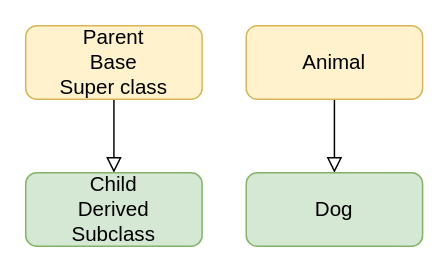
This is docs/classes/images/Inheritance.drawio from gmc-code/PC-Microbit-Extension-backup, a draw.io file, before an edit. Source tidied: cells renumbered, new cells numbered last; positions are measured from the earlier drawing's top-left corner, leaving out a move shared by most shapes. Both pictures are drawn from the tidied source at 147%, with x=0, y=0 at pixel (25, 25).
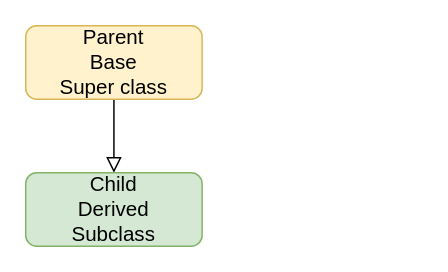
After the change.

What changed in the source:
```diff
@@
 <mxGraphModel>
   <root>
     <mxCell id="0" />
     <mxCell id="1" parent="0" />
     <mxCell id="2" style="rounded=0;html=1;jettySize=auto;fontSize=11;endArrow=block;endFill=0;endSize=8;strokeWidth=1;shadow=0;labelBackgroundColor=none;edgeStyle=orthogonalEdgeStyle;" parent="1" edge="1" source="3">
       <mxGeometry relative="1" as="geometry">
         <mxPoint x="60" y="100" as="targetPoint" />
       </mxGeometry>
     </mxCell>
     <mxCell id="3" value="Parent&lt;br style=&quot;font-size: 14px;&quot;&gt;Base&lt;br style=&quot;font-size: 14px;&quot;&gt;Super class" style="rounded=1;whiteSpace=wrap;html=1;fontSize=14;glass=0;strokeWidth=1;shadow=0;fillColor=#fff2cc;strokeColor=#d6b656;" parent="1" vertex="1">
       <mxGeometry width="120" height="50" as="geometry" />
     </mxCell>
     <mxCell id="4" value="Child&lt;br style=&quot;font-size: 14px;&quot;&gt;Derived&lt;br style=&quot;font-size: 14px;&quot;&gt;Subclass" style="rounded=1;whiteSpace=wrap;html=1;fontSize=14;glass=0;strokeWidth=1;shadow=0;fillColor=#d5e8d4;strokeColor=#82b366;" parent="1" vertex="1">
       <mxGeometry y="100" width="120" height="50" as="geometry" />
     </mxCell>
-    <mxCell id="5" style="rounded=0;html=1;jettySize=auto;fontSize=11;endArrow=block;endFill=0;endSize=8;strokeWidth=1;shadow=0;labelBackgroundColor=none;edgeStyle=orthogonalEdgeStyle;" parent="1" edge="1" source="6">
-      <mxGeometry relative="1" as="geometry">
-        <mxPoint x="210" y="100" as="targetPoint" />
-      </mxGeometry>
-    </mxCell>
-    <mxCell id="6" value="Animal" style="rounded=1;whiteSpace=wrap;html=1;fontSize=14;glass=0;strokeWidth=1;shadow=0;fillColor=#fff2cc;strokeColor=#d6b656;" parent="1" vertex="1">
-      <mxGeometry x="150" width="120" height="50" as="geometry" />
-    </mxCell>
-    <mxCell id="7" value="Dog" style="rounded=1;whiteSpace=wrap;html=1;fontSize=14;glass=0;strokeWidth=1;shadow=0;fillColor=#d5e8d4;strokeColor=#82b366;" parent="1" vertex="1">
-      <mxGeometry x="150" y="100" width="120" height="50" as="geometry" />
-    </mxCell>
   </root>
 </mxGraphModel>
```
